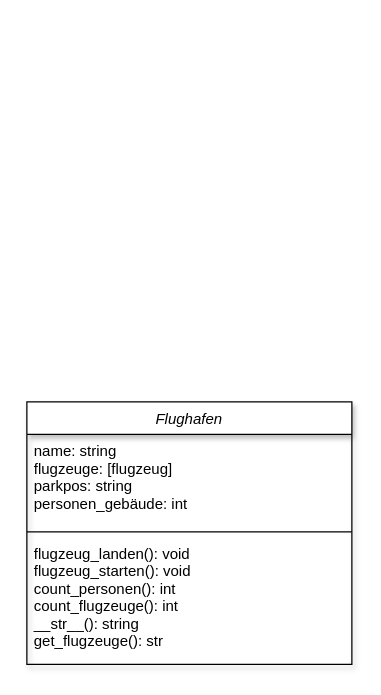
This is page "Flughafen" (2 of 2) of Klassendiagramm.drawio from sstreichan/ProjektFlugzeug, a draw.io file, before an edit. Source tidied: cells renumbered, new cells numbered last; positions are measured from the earlier drawing's top-left corner, leaving out a move shared by most shapes. Both pictures are drawn from the tidied source at 125%, with x=0, y=0 at pixel (26, 401).
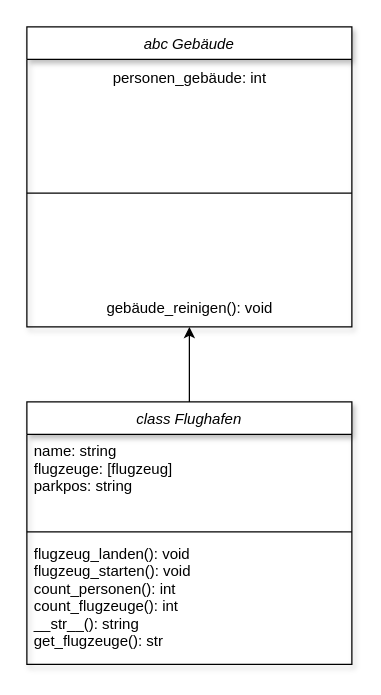
The same page after the edit.

Commit message (it also covers changes not shown here):
Gebäude reinigen hinzugefügt

Change to the diagram source:
```diff
@@
 <mxGraphModel>
   <root>
     <mxCell id="0" />
     <mxCell id="1" parent="0" />
+    <mxCell id="6" style="edgeStyle=none;html=1;" parent="1" edge="1" source="2" target="10">
+      <mxGeometry relative="1" as="geometry" />
+    </mxCell>
-    <mxCell id="2" value="Flughafen" style="swimlane;fontStyle=2;align=center;verticalAlign=top;horizontal=1;startSize=26;rounded=0;shadow=1;strokeWidth=1;" parent="1" vertex="1">
+    <mxCell id="2" value="class Flughafen" style="swimlane;fontStyle=2;align=center;verticalAlign=top;horizontal=1;startSize=26;rounded=0;shadow=1;strokeWidth=1;" parent="1" vertex="1">
       <mxGeometry width="260" height="210" as="geometry" />
     </mxCell>
-    <mxCell id="3" value="name: string&#10;flugzeuge: [flugzeug]&#10;parkpos: string&#10;personen_gebäude: int" style="text;align=left;verticalAlign=top;spacingLeft=4;spacingRight=4;overflow=hidden;rounded=0;shadow=0;html=0;" parent="2" vertex="1">
+    <mxCell id="3" value="name: string&#10;flugzeuge: [flugzeug]&#10;parkpos: string&#10;" style="text;align=left;verticalAlign=top;spacingLeft=4;spacingRight=4;overflow=hidden;rounded=0;shadow=0;html=0;" parent="2" vertex="1">
       <mxGeometry y="26" width="260" height="74" as="geometry" />
     </mxCell>
     <mxCell id="4" style="line;html=1;strokeWidth=1;align=left;verticalAlign=middle;spacingTop=-1;spacingLeft=3;spacingRight=3;labelPosition=right;" parent="2" vertex="1">
       <mxGeometry y="100" width="260" height="8" as="geometry" />
     </mxCell>
     <mxCell id="5" value="flugzeug_landen(): void&#10;flugzeug_starten(): void&#10;count_personen(): int&#10;count_flugzeuge(): int&#10;__str__(): string&#10;get_flugzeuge(): str" style="text;align=left;verticalAlign=top;spacingLeft=4;spacingRight=4;overflow=hidden;" parent="2" vertex="1">
       <mxGeometry y="108" width="260" height="102" as="geometry" />
     </mxCell>
+    <mxCell id="7" value="abc Gebäude" style="swimlane;fontStyle=2;align=center;verticalAlign=top;horizontal=1;startSize=26;rounded=0;shadow=1;strokeWidth=1;" parent="1" vertex="1">
+      <mxGeometry y="-300" width="260" height="240" as="geometry" />
+    </mxCell>
+    <mxCell id="8" value="&lt;span style=&quot;text-align: left;&quot;&gt;personen_gebäude: int&lt;/span&gt;" style="text;html=1;align=center;verticalAlign=middle;strokeColor=none;fillColor=none;" parent="7" vertex="1">
+      <mxGeometry y="26" width="260" height="30" as="geometry" />
+    </mxCell>
+    <mxCell id="9" style="line;html=1;strokeWidth=1;align=left;verticalAlign=middle;spacingTop=-1;spacingLeft=3;spacingRight=3;labelPosition=right;" parent="7" vertex="1">
+      <mxGeometry y="56" width="260" height="154" as="geometry" />
+    </mxCell>
+    <mxCell id="10" value="gebäude_reinigen(): void" style="text;html=1;align=center;verticalAlign=middle;points=[];strokeColor=none;fillColor=none;" parent="7" vertex="1">
+      <mxGeometry y="210" width="260" height="30" as="geometry" />
+    </mxCell>
   </root>
 </mxGraphModel>
```
